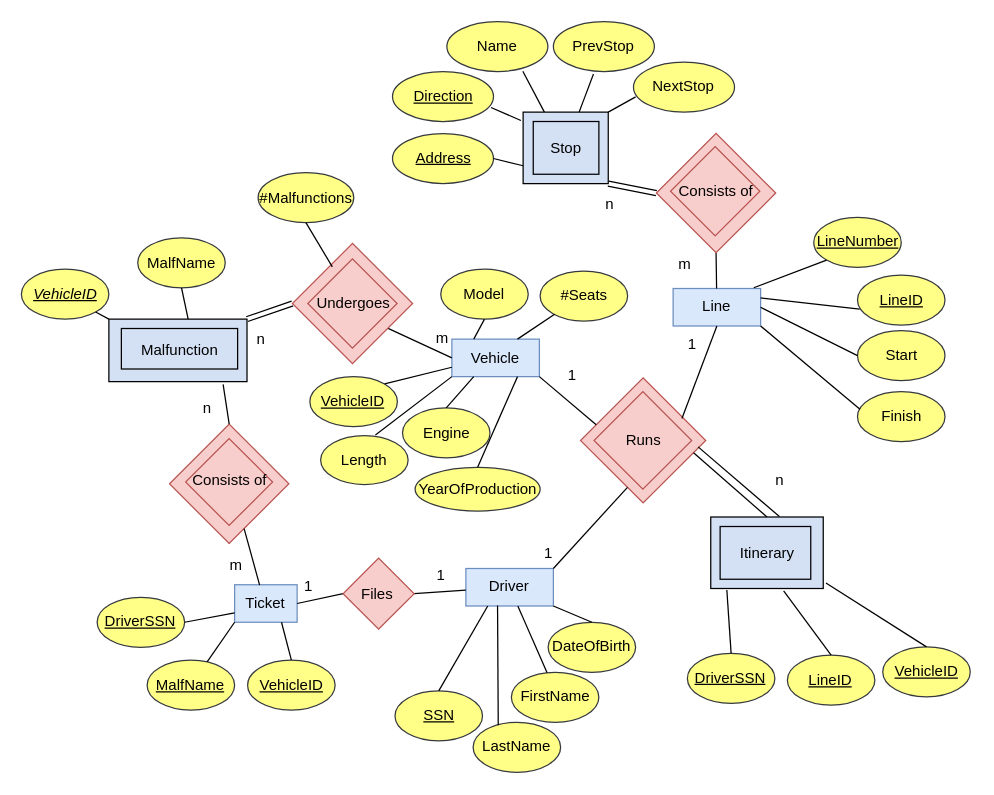
Before: Untitled Diagram.drawio in kotsos2000/kotsos2000, a draw.io diagram. Source tidied: cells renumbered, new cells numbered last; positions are measured from the earlier drawing's top-left corner, leaving out a move shared by most shapes. Both pictures are drawn from the tidied source at 125%, with x=0, y=0 at pixel (21, 21).
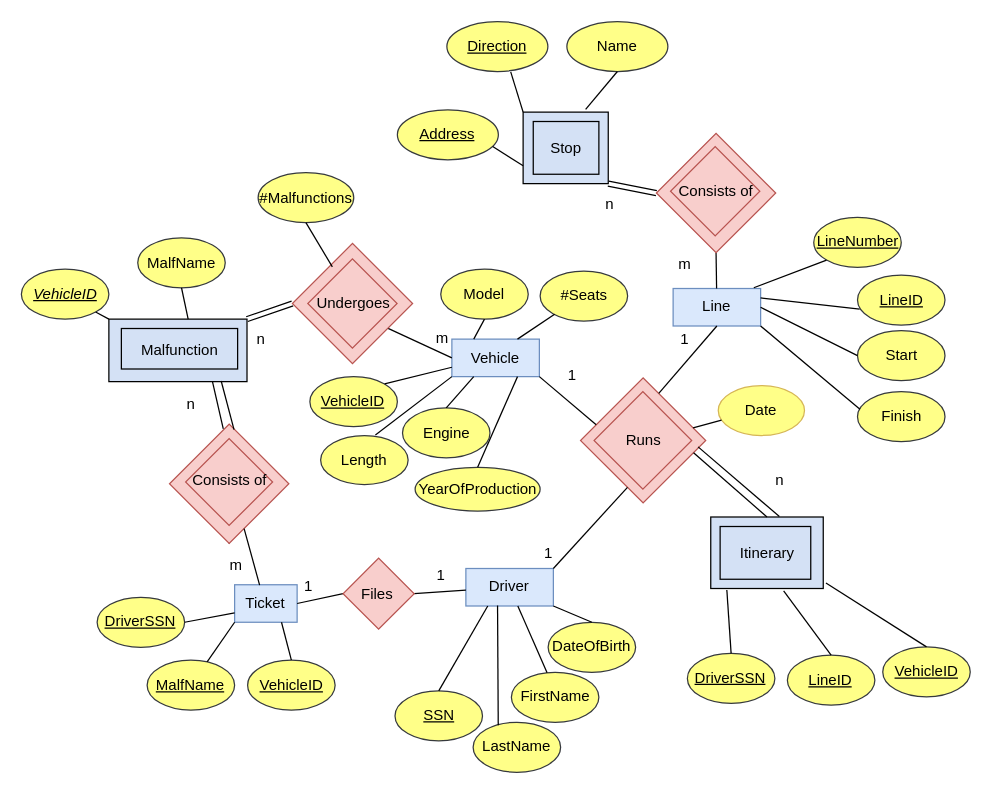
Above is the later version.

Unchanged cells that the change refers to:
```xml
<mxCell id="5" value="&lt;div&gt;Line&lt;/div&gt;" style="rounded=0;whiteSpace=wrap;html=1;fillColor=#dae8fc;strokeColor=#6c8ebf;" parent="1" vertex="1">
  <mxGeometry x="521" y="213.3" width="70" height="30" as="geometry" />
</mxCell>
<mxCell id="23" style="rounded=0;whiteSpace=wrap;html=1;fillColor=#D4E1F5;" parent="1" vertex="1">
  <mxGeometry x="69.6" y="237.8" width="110.5" height="50" as="geometry" />
</mxCell>
<mxCell id="26" style="rounded=0;whiteSpace=wrap;html=1;fillColor=#D4E1F5;" parent="1" vertex="1">
  <mxGeometry x="401" y="72.2" width="68.1" height="57.2" as="geometry" />
</mxCell>
<mxCell id="28" style="whiteSpace=wrap;html=1;rotation=45;fillColor=#f8cecc;strokeColor=#b85450;" parent="1" vertex="1">
  <mxGeometry x="461.6" y="299.4" width="70.8" height="70.8" as="geometry" />
</mxCell>
<mxCell id="38" style="whiteSpace=wrap;html=1;rotation=45;fillColor=#f8cecc;strokeColor=#b85450;" parent="1" vertex="1">
  <mxGeometry x="132.1" y="335.8" width="67.5" height="67.5" as="geometry" />
</mxCell>
```

Change to the diagram source:
```diff
@@
     <mxCell id="20" value="Files" style="text;html=1;align=center;verticalAlign=middle;strokeColor=none;fillColor=none;" parent="1" vertex="1">
-      <mxGeometry x="259" y="443.2" width="50" height="30" as="geometry" />
+      <mxGeometry x="259" y="442.5" width="50" height="30" as="geometry" />
     </mxCell>
@@
-    <mxCell id="41" style="endArrow=none;html=1;rounded=0;exitX=0;exitY=0;exitDx=0;exitDy=0;" parent="1" edge="1" source="38">
-      <mxGeometry relative="1" as="geometry">
-        <mxPoint x="161" y="290" as="targetPoint" />
-      </mxGeometry>
+    <mxCell id="41" style="endArrow=none;html=1;rounded=0;entryX=0.813;entryY=0.99;entryDx=0;entryDy=0;entryPerimeter=0;exitX=0.086;exitY=0.005;exitDx=0;exitDy=0;exitPerimeter=0;" parent="1" edge="1" source="38" target="23">
+      <mxGeometry relative="1" as="geometry" />
     </mxCell>
@@
     <mxCell id="44" value="n" style="text;html=1;align=center;verticalAlign=middle;strokeColor=none;fillColor=none;" parent="1" vertex="1">
-      <mxGeometry x="132.7" y="293.8" width="30" height="30" as="geometry" />
+      <mxGeometry x="120.2" y="291" width="30" height="30" as="geometry" />
     </mxCell>
@@
     <mxCell id="85" value="&lt;u&gt;Address&lt;/u&gt;" style="ellipse;whiteSpace=wrap;html=1;fillColor=#ffff88;strokeColor=#36393d;" parent="1" vertex="1">
-      <mxGeometry x="296.5" y="89.3" width="80.8" height="40" as="geometry" />
+      <mxGeometry x="300.4" y="70.3" width="80.8" height="40" as="geometry" />
     </mxCell>
-    <mxCell id="86" style="endArrow=none;html=1;rounded=0;entryX=0;entryY=0.75;entryDx=0;entryDy=0;exitX=1;exitY=0.5;exitDx=0;exitDy=0;" parent="1" edge="1" source="85" target="26">
+    <mxCell id="86" style="endArrow=none;html=1;rounded=0;entryX=0;entryY=0.75;entryDx=0;entryDy=0;exitX=0.944;exitY=0.734;exitDx=0;exitDy=0;exitPerimeter=0;" parent="1" edge="1" source="85" target="26">
       <mxGeometry relative="1" as="geometry" />
     </mxCell>
     <mxCell id="87" value="&lt;u&gt;Direction&lt;/u&gt;" style="ellipse;whiteSpace=wrap;html=1;fillColor=#ffff88;strokeColor=#36393d;" parent="1" vertex="1">
-      <mxGeometry x="296.5" y="39.7" width="80.8" height="40" as="geometry" />
+      <mxGeometry x="340" y="-0.3" width="80.8" height="40" as="geometry" />
     </mxCell>
-    <mxCell id="88" style="endArrow=none;html=1;rounded=0;exitX=0.975;exitY=0.72;exitDx=0;exitDy=0;exitPerimeter=0;entryX=-0.026;entryY=0.117;entryDx=0;entryDy=0;entryPerimeter=0;" parent="1" edge="1" source="87" target="26">
+    <mxCell id="88" style="endArrow=none;html=1;rounded=0;exitX=0.632;exitY=1.007;exitDx=0;exitDy=0;exitPerimeter=0;entryX=0;entryY=0;entryDx=0;entryDy=0;" parent="1" edge="1" source="87" target="26">
       <mxGeometry relative="1" as="geometry" />
     </mxCell>
     <mxCell id="89" value="Name" style="ellipse;whiteSpace=wrap;html=1;fillColor=#ffff88;strokeColor=#36393d;" parent="1" vertex="1">
-      <mxGeometry x="340" y="-0.3" width="80.8" height="40" as="geometry" />
+      <mxGeometry x="436" y="-0.3" width="80.8" height="40" as="geometry" />
     </mxCell>
-    <mxCell id="90" style="endArrow=none;html=1;rounded=0;exitX=0.752;exitY=0.996;exitDx=0;exitDy=0;entryX=0.25;entryY=0;entryDx=0;entryDy=0;exitPerimeter=0;" parent="1" edge="1" source="89" target="26">
-      <mxGeometry relative="1" as="geometry" />
+    <mxCell id="90" style="endArrow=none;html=1;rounded=0;exitX=0.5;exitY=1;exitDx=0;exitDy=0;" parent="1" edge="1" source="89">
+      <mxGeometry relative="1" as="geometry">
+        <mxPoint x="451" y="70" as="targetPoint" />
+      </mxGeometry>
     </mxCell>
-    <mxCell id="91" value="PrevStop" style="ellipse;whiteSpace=wrap;html=1;fillColor=#ffff88;strokeColor=#36393d;" parent="1" vertex="1">
-      <mxGeometry x="425.2" y="-0.3" width="80.8" height="40" as="geometry" />
-    </mxCell>
-    <mxCell id="92" style="endArrow=none;html=1;rounded=0;exitX=0.397;exitY=1.049;exitDx=0;exitDy=0;exitPerimeter=0;" parent="1" edge="1" source="91" target="26">
-      <mxGeometry relative="1" as="geometry" />
-    </mxCell>
-    <mxCell id="93" value="NextStop" style="ellipse;whiteSpace=wrap;html=1;fillColor=#ffff88;strokeColor=#36393d;" parent="1" vertex="1">
-      <mxGeometry x="489.3" y="32.2" width="80.8" height="40" as="geometry" />
-    </mxCell>
-    <mxCell id="94" style="endArrow=none;html=1;rounded=0;entryX=1;entryY=0;entryDx=0;entryDy=0;" parent="1" edge="1" target="26">
-      <mxGeometry relative="1" as="geometry">
-        <mxPoint x="491" y="60" as="sourcePoint" />
-      </mxGeometry>
-    </mxCell>
@@
-    <mxCell id="102" style="endArrow=none;html=1;rounded=0;entryX=0.5;entryY=1;entryDx=0;entryDy=0;exitX=0.635;exitY=0.015;exitDx=0;exitDy=0;exitPerimeter=0;" parent="1" edge="1" source="28" target="5">
+    <mxCell id="102" style="endArrow=none;html=1;rounded=0;entryX=0.5;entryY=1;entryDx=0;entryDy=0;exitX=0.25;exitY=0;exitDx=0;exitDy=0;" parent="1" edge="1" source="28" target="5">
       <mxGeometry relative="1" as="geometry" />
     </mxCell>
@@
     <mxCell id="104" value="1" style="text;html=1;align=center;verticalAlign=middle;strokeColor=none;fillColor=none;" parent="1" vertex="1">
-      <mxGeometry x="521" y="243.3" width="30" height="30" as="geometry" />
+      <mxGeometry x="514.6" y="239.2" width="30" height="30" as="geometry" />
     </mxCell>
@@
+    <mxCell id="110" value="Date" style="ellipse;whiteSpace=wrap;html=1;fillColor=#FFFF88;strokeColor=#d6b656;" parent="1" vertex="1">
+      <mxGeometry x="557.1" y="291" width="69" height="39.9" as="geometry" />
+    </mxCell>
+    <mxCell id="111" style="endArrow=none;html=1;rounded=0;" parent="1" edge="1" source="110" target="28">
+      <mxGeometry relative="1" as="geometry" />
+    </mxCell>
+    <mxCell id="112" style="endArrow=none;html=1;rounded=0;exitX=-0.01;exitY=0.089;exitDx=0;exitDy=0;exitPerimeter=0;entryX=0.75;entryY=1;entryDx=0;entryDy=0;" parent="1" edge="1" source="38" target="23">
+      <mxGeometry relative="1" as="geometry" />
+    </mxCell>
```
